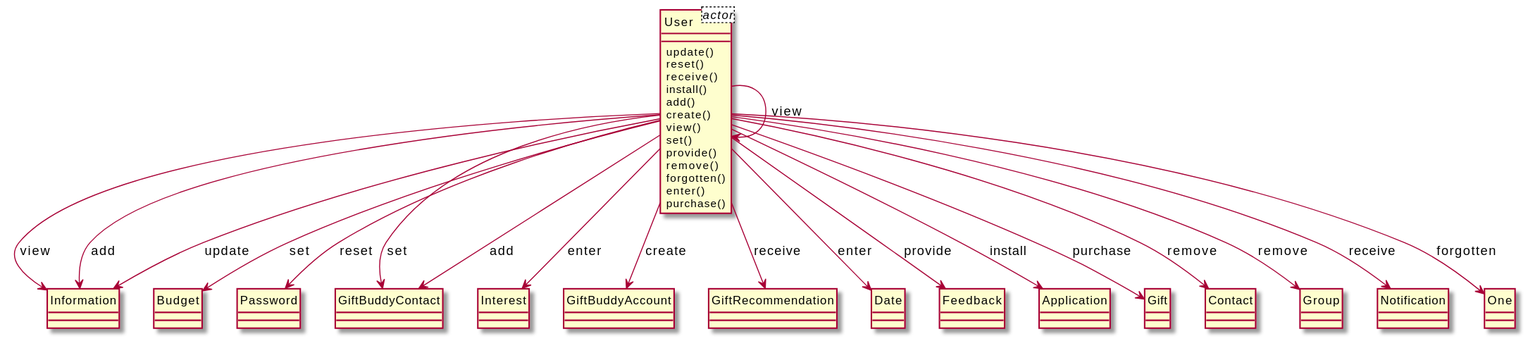
The PlantUML diagram output/diagram_5/2019-USC-Project12.svg in xixixhalu/DomainModelExtractor, before a commit.
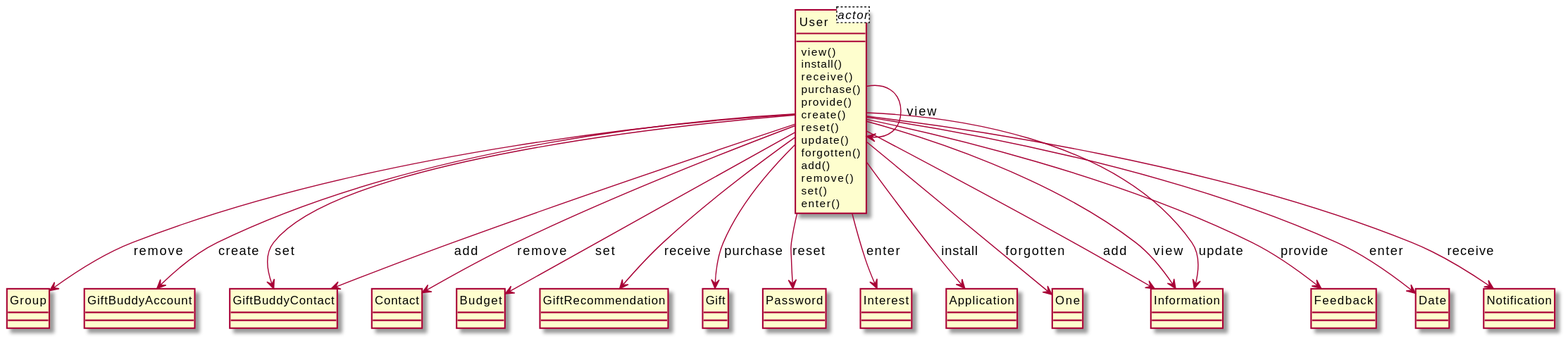
Above is the later version.

The edit, as a diff of the source:
```diff
@@ -3,67 +3,67 @@
 class User<actor> {
 }
 class User {
+	view()
+	install()
+	receive()
+	purchase()
+	provide()
+	create()
+	reset()
 	update()
-	reset()
-	receive()
-	install()
+	forgotten()
 	add()
-	create()
-	view()
+	remove()
 	set()
-	provide()
-	remove()
-	forgotten()
 	enter()
-	purchase()
+}
+class Group {
+}
+class GiftBuddyAccount {
+}
+class GiftBuddyContact {
+}
+class Contact {
+}
+class Budget {
+}
+class GiftRecommendation {
+}
+class Gift {
+}
+class Password {
+}
+class Interest {
+}
+class Application {
+}
+class One {
 }
 class Information {
 }
-class Budget {
-}
-class Password {
-}
-class GiftBuddyContact {
-}
-class Interest {
-}
-class GiftBuddyAccount {
-}
-class GiftRecommendation {
+class Feedback {
 }
 class Date {
 }
-class Feedback {
-}
-class Application {
-}
-class Gift {
-}
-class Contact {
-}
-class Group {
-}
 class Notification {
 }
-class One {
-}
+User --> Contact : remove
+User --> Feedback : provide
+User --> User : view
+User --> Date : enter
+User --> Budget : set
+User --> GiftRecommendation : receive
+User --> Gift : purchase
+User --> Notification : receive
+User --> Password : reset
+User --> Interest : enter
+User --> Group : remove
+User --> Application : install
+User --> One : forgotten
+User --> GiftBuddyAccount : create
+User --> Information : add
 User --> GiftBuddyContact : set
-User --> Group : remove
-User --> Interest : enter
-User --> Notification : receive
+User --> Information : view
+User --> Information : update
 User --> GiftBuddyContact : add
-User --> User : view
-User --> GiftBuddyAccount : create
-User --> Information : view
-User --> One : forgotten
-User --> GiftRecommendation : receive
-User --> Date : enter
-User --> Information : add
-User --> Feedback : provide
-User --> Application : install
-User --> Information : update
-User --> Gift : purchase
-User --> Budget : set
-User --> Contact : remove
-User --> Password : reset
 @enduml
```
